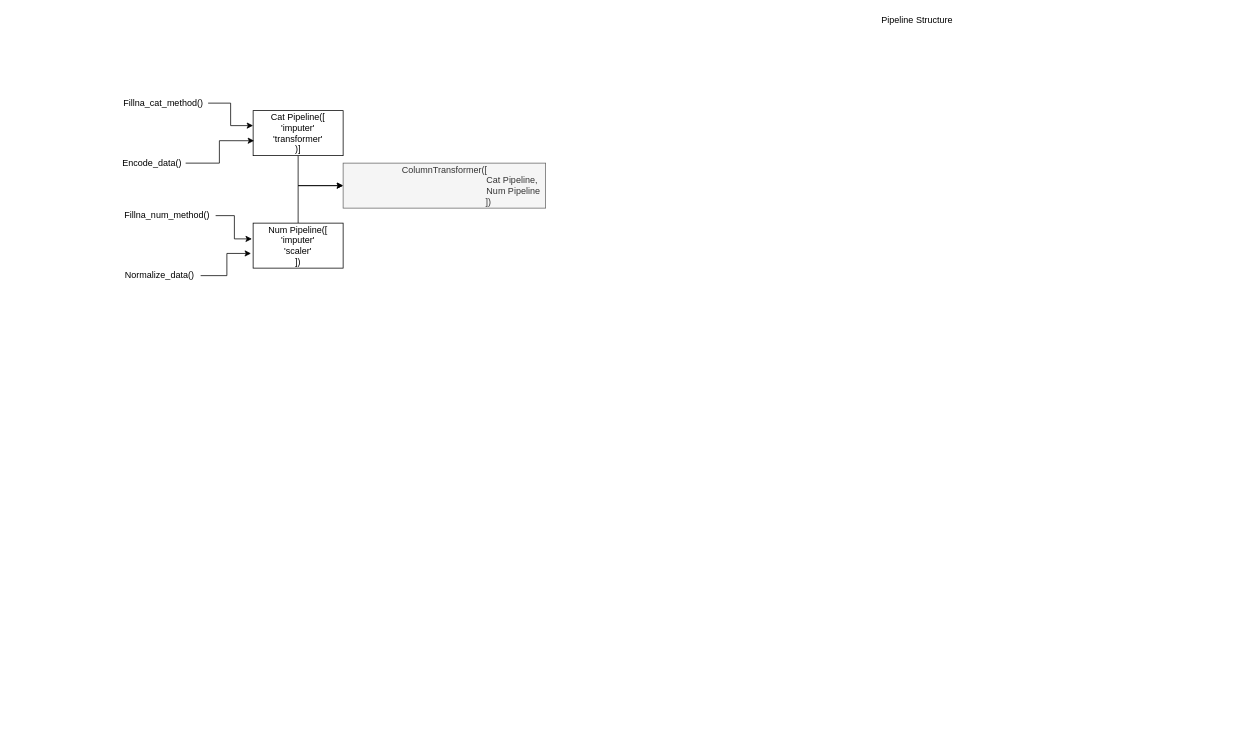
The draw.io diagram Untitled Diagram.drawio in Lisstrange/Mini-examples, before the edit. Source tidied: cells renumbered, new cells numbered last; positions are measured from the earlier drawing's top-left corner, leaving out a move shared by most shapes. Both pictures are drawn from the tidied source at 75%, with x=0, y=0 at pixel (118, 13).
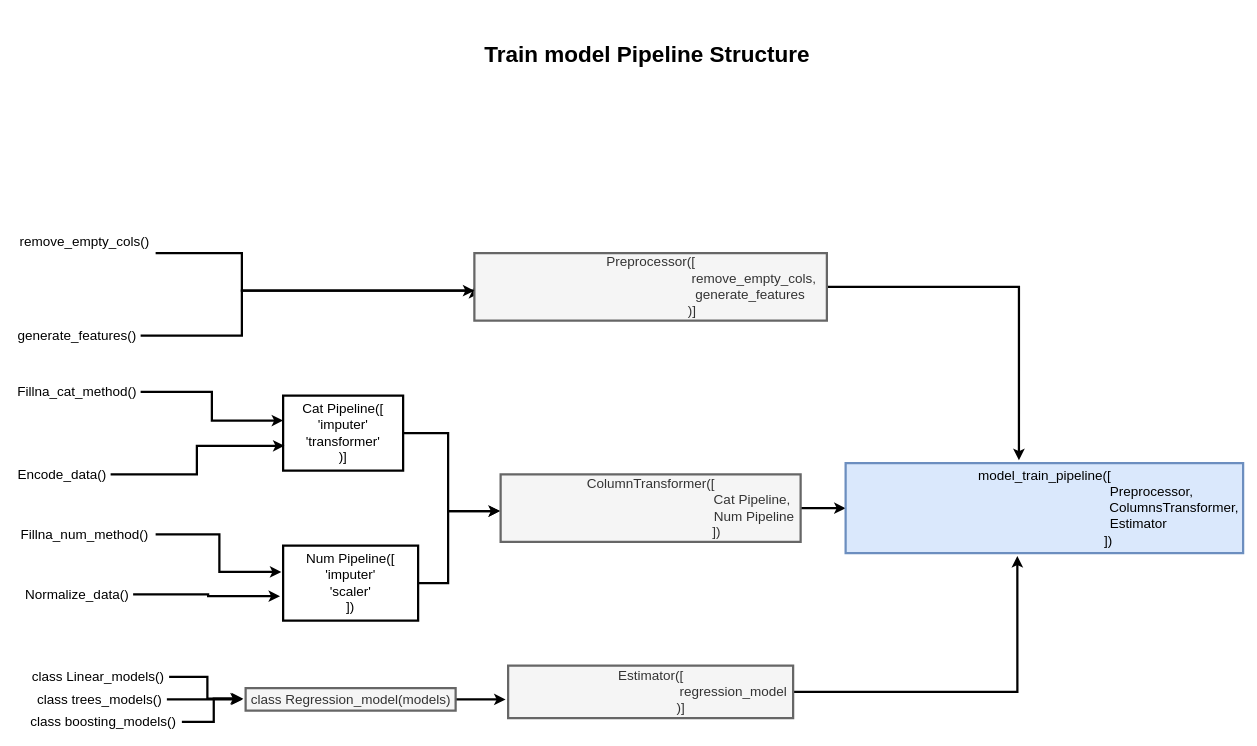
After the change.

Commit message:
Train Pipeline

Change to the diagram source:
```diff
@@
-    <mxCell id="2" value="Pipeline Structure&lt;br&gt;" style="text;html=1;align=center;verticalAlign=middle;strokeColor=none;" parent="1" vertex="1">
-      <mxGeometry x="1010" width="110" height="20" as="geometry" />
+    <mxCell id="2" value="&lt;font size=&quot;1&quot;&gt;&lt;b style=&quot;font-size: 30px&quot;&gt;Train model Pipeline Structure&lt;/b&gt;&lt;/font&gt;" style="text;html=1;align=center;verticalAlign=middle;strokeColor=none;" parent="1" vertex="1">
+      <mxGeometry x="480" y="40" width="450" height="30" as="geometry" />
     </mxCell>
-    <mxCell id="3" style="edgeStyle=orthogonalEdgeStyle;rounded=0;jettySize=auto;html=1;entryX=0;entryY=0.5;entryDx=0;entryDy=0;entryPerimeter=0;" parent="1" edge="1" source="4" target="15">
-      <mxGeometry relative="1" as="geometry" />
+    <mxCell id="3" style="edgeStyle=orthogonalEdgeStyle;rounded=0;jettySize=auto;html=1;entryX=-0.002;entryY=0.544;entryDx=0;entryDy=0;entryPerimeter=0;fontSize=18;strokeWidth=3;" parent="1" edge="1" source="4" target="15">
+      <mxGeometry relative="1" as="geometry">
+        <Array as="points">
+          <mxPoint x="440" y="560" />
+          <mxPoint x="440" y="664" />
+        </Array>
+      </mxGeometry>
     </mxCell>
-    <mxCell id="4" value="Cat Pipeline([&lt;br&gt;'imputer'&lt;br&gt;'transformer'&lt;br&gt;)]" style="whiteSpace=wrap;html=1;" parent="1" vertex="1">
-      <mxGeometry x="180" y="130" width="120" height="60" as="geometry" />
+    <mxCell id="4" value="Cat Pipeline([&lt;br style=&quot;font-size: 18px;&quot;&gt;'imputer'&lt;br style=&quot;font-size: 18px;&quot;&gt;'transformer'&lt;br style=&quot;font-size: 18px;&quot;&gt;)]" style="whiteSpace=wrap;html=1;fontSize=18;strokeWidth=3;" parent="1" vertex="1">
+      <mxGeometry x="220" y="510" width="160" height="100" as="geometry" />
     </mxCell>
-    <mxCell id="5" style="edgeStyle=orthogonalEdgeStyle;rounded=0;jettySize=auto;html=1;entryX=0;entryY=0.333;entryDx=0;entryDy=0;entryPerimeter=0;" parent="1" edge="1" source="6" target="4">
+    <mxCell id="5" style="edgeStyle=orthogonalEdgeStyle;rounded=0;jettySize=auto;html=1;entryX=0;entryY=0.333;entryDx=0;entryDy=0;entryPerimeter=0;fontSize=18;strokeWidth=3;" parent="1" edge="1" source="6" target="4">
       <mxGeometry relative="1" as="geometry" />
     </mxCell>
-    <mxCell id="6" value="Fillna_cat_method()" style="text;html=1;align=center;verticalAlign=middle;points=[];strokeColor=none;" parent="1" vertex="1">
-      <mxGeometry y="110" width="120" height="20" as="geometry" />
+    <mxCell id="6" value="Fillna_cat_method()" style="text;html=1;align=center;verticalAlign=middle;points=[];strokeColor=none;fontSize=18;strokeWidth=3;" parent="1" vertex="1">
+      <mxGeometry x="-140" y="490" width="170" height="30" as="geometry" />
     </mxCell>
-    <mxCell id="7" style="edgeStyle=orthogonalEdgeStyle;rounded=0;jettySize=auto;html=1;entryX=0.011;entryY=0.669;entryDx=0;entryDy=0;entryPerimeter=0;" parent="1" edge="1" source="8" target="4">
+    <mxCell id="7" style="edgeStyle=orthogonalEdgeStyle;rounded=0;jettySize=auto;html=1;entryX=0.011;entryY=0.669;entryDx=0;entryDy=0;entryPerimeter=0;fontSize=18;strokeWidth=3;" parent="1" edge="1" source="8" target="4">
       <mxGeometry relative="1" as="geometry" />
     </mxCell>
-    <mxCell id="8" value="Encode_data()&lt;br&gt;" style="text;html=1;align=center;verticalAlign=middle;points=[];strokeColor=none;" parent="1" vertex="1">
-      <mxGeometry y="190" width="90" height="20" as="geometry" />
+    <mxCell id="8" value="Encode_data()&lt;br style=&quot;font-size: 18px;&quot;&gt;" style="text;html=1;align=center;verticalAlign=middle;points=[];strokeColor=none;fontSize=18;strokeWidth=3;" parent="1" vertex="1">
+      <mxGeometry x="-140" y="600" width="130" height="30" as="geometry" />
     </mxCell>
-    <mxCell id="9" style="edgeStyle=orthogonalEdgeStyle;rounded=0;jettySize=auto;html=1;entryX=0;entryY=0.5;entryDx=0;entryDy=0;entryPerimeter=0;" parent="1" edge="1" source="10" target="15">
-      <mxGeometry relative="1" as="geometry" />
+    <mxCell id="9" style="edgeStyle=orthogonalEdgeStyle;rounded=0;jettySize=auto;html=1;entryX=-0.002;entryY=0.544;entryDx=0;entryDy=0;entryPerimeter=0;fontSize=18;strokeWidth=3;" parent="1" edge="1" source="10" target="15">
+      <mxGeometry relative="1" as="geometry">
+        <Array as="points">
+          <mxPoint x="440" y="760" />
+          <mxPoint x="440" y="664" />
+        </Array>
+      </mxGeometry>
     </mxCell>
-    <mxCell id="10" value="Num Pipeline([&lt;br&gt;'imputer'&lt;br&gt;'scaler'&lt;br&gt;])" style="rounded=0;whiteSpace=wrap;html=1;" parent="1" vertex="1">
-      <mxGeometry x="180" y="280" width="120" height="60" as="geometry" />
+    <mxCell id="10" value="Num Pipeline([&lt;br style=&quot;font-size: 18px;&quot;&gt;'imputer'&lt;br style=&quot;font-size: 18px;&quot;&gt;'scaler'&lt;br style=&quot;font-size: 18px;&quot;&gt;])" style="rounded=0;whiteSpace=wrap;html=1;fontSize=18;strokeWidth=3;" parent="1" vertex="1">
+      <mxGeometry x="220" y="710" width="180" height="100" as="geometry" />
     </mxCell>
-    <mxCell id="11" style="edgeStyle=orthogonalEdgeStyle;rounded=0;jettySize=auto;html=1;entryX=-0.013;entryY=0.35;entryDx=0;entryDy=0;entryPerimeter=0;" parent="1" edge="1" source="12" target="10">
+    <mxCell id="11" style="edgeStyle=orthogonalEdgeStyle;rounded=0;jettySize=auto;html=1;entryX=-0.013;entryY=0.35;entryDx=0;entryDy=0;entryPerimeter=0;fontSize=18;strokeWidth=3;" parent="1" edge="1" source="12" target="10">
       <mxGeometry relative="1" as="geometry" />
     </mxCell>
-    <mxCell id="12" value="Fillna_num_method()" style="text;html=1;align=center;verticalAlign=middle;points=[];strokeColor=none;" parent="1" vertex="1">
-      <mxGeometry y="260" width="130" height="20" as="geometry" />
+    <mxCell id="12" value="Fillna_num_method()" style="text;html=1;align=center;verticalAlign=middle;points=[];strokeColor=none;fontSize=18;strokeWidth=3;" parent="1" vertex="1">
+      <mxGeometry x="-140" y="680" width="190" height="30" as="geometry" />
     </mxCell>
-    <mxCell id="13" style="edgeStyle=orthogonalEdgeStyle;rounded=0;jettySize=auto;html=1;entryX=-0.023;entryY=0.674;entryDx=0;entryDy=0;entryPerimeter=0;" parent="1" edge="1" source="14" target="10">
+    <mxCell id="13" style="edgeStyle=orthogonalEdgeStyle;rounded=0;jettySize=auto;html=1;entryX=-0.023;entryY=0.674;entryDx=0;entryDy=0;entryPerimeter=0;fontSize=18;strokeWidth=3;" parent="1" edge="1" source="14" target="10">
       <mxGeometry relative="1" as="geometry" />
     </mxCell>
-    <mxCell id="14" value="Normalize_data()" style="text;html=1;align=center;verticalAlign=middle;points=[];strokeColor=none;" parent="1" vertex="1">
-      <mxGeometry y="340" width="110" height="20" as="geometry" />
+    <mxCell id="14" value="Normalize_data()" style="text;html=1;align=center;verticalAlign=middle;points=[];strokeColor=none;fontSize=18;strokeWidth=3;" parent="1" vertex="1">
+      <mxGeometry x="-130" y="760" width="150" height="30" as="geometry" />
     </mxCell>
+    <mxCell id="16" style="edgeStyle=orthogonalEdgeStyle;rounded=0;jettySize=auto;html=1;fontSize=18;strokeWidth=3;" parent="1" edge="1" source="15" target="33">
+      <mxGeometry relative="1" as="geometry" />
+    </mxCell>
-    <mxCell id="15" value="ColumnTransformer([&lt;br&gt;&amp;nbsp; &amp;nbsp; &amp;nbsp; &amp;nbsp; &amp;nbsp; &amp;nbsp; &amp;nbsp; &amp;nbsp; &amp;nbsp; &amp;nbsp; &amp;nbsp; &amp;nbsp; &amp;nbsp; &amp;nbsp; &amp;nbsp; &amp;nbsp; &amp;nbsp; &amp;nbsp; &amp;nbsp; &amp;nbsp; &amp;nbsp; &amp;nbsp; &amp;nbsp; &amp;nbsp; &amp;nbsp; &amp;nbsp; &amp;nbsp; Cat Pipeline, &lt;br&gt;&amp;nbsp; &amp;nbsp; &amp;nbsp; &amp;nbsp; &amp;nbsp; &amp;nbsp; &amp;nbsp; &amp;nbsp; &amp;nbsp; &amp;nbsp; &amp;nbsp; &amp;nbsp; &amp;nbsp; &amp;nbsp; &amp;nbsp; &amp;nbsp; &amp;nbsp; &amp;nbsp; &amp;nbsp; &amp;nbsp; &amp;nbsp; &amp;nbsp; &amp;nbsp; &amp;nbsp; &amp;nbsp; &amp;nbsp; &amp;nbsp; &amp;nbsp;Num Pipeline&lt;br&gt;&amp;nbsp; &amp;nbsp; &amp;nbsp; &amp;nbsp; &amp;nbsp; &amp;nbsp; &amp;nbsp; &amp;nbsp; &amp;nbsp; &amp;nbsp; &amp;nbsp; &amp;nbsp; &amp;nbsp; &amp;nbsp; &amp;nbsp; &amp;nbsp; &amp;nbsp; &amp;nbsp;])" style="text;html=1;align=center;verticalAlign=middle;points=[];fillColor=#f5f5f5;strokeColor=#666666;fontColor=#333333;" parent="1" vertex="1">
-      <mxGeometry x="300" y="200" width="270" height="60" as="geometry" />
+    <mxCell id="15" value="ColumnTransformer([&lt;br style=&quot;font-size: 18px;&quot;&gt;&amp;nbsp; &amp;nbsp; &amp;nbsp; &amp;nbsp; &amp;nbsp; &amp;nbsp; &amp;nbsp; &amp;nbsp; &amp;nbsp; &amp;nbsp; &amp;nbsp; &amp;nbsp; &amp;nbsp; &amp;nbsp; &amp;nbsp; &amp;nbsp; &amp;nbsp; &amp;nbsp; &amp;nbsp; &amp;nbsp; &amp;nbsp; &amp;nbsp; &amp;nbsp; &amp;nbsp; &amp;nbsp; &amp;nbsp; &amp;nbsp; Cat Pipeline, &lt;br style=&quot;font-size: 18px;&quot;&gt;&amp;nbsp; &amp;nbsp; &amp;nbsp; &amp;nbsp; &amp;nbsp; &amp;nbsp; &amp;nbsp; &amp;nbsp; &amp;nbsp; &amp;nbsp; &amp;nbsp; &amp;nbsp; &amp;nbsp; &amp;nbsp; &amp;nbsp; &amp;nbsp; &amp;nbsp; &amp;nbsp; &amp;nbsp; &amp;nbsp; &amp;nbsp; &amp;nbsp; &amp;nbsp; &amp;nbsp; &amp;nbsp; &amp;nbsp; &amp;nbsp; &amp;nbsp;Num Pipeline&lt;br style=&quot;font-size: 18px;&quot;&gt;&amp;nbsp; &amp;nbsp; &amp;nbsp; &amp;nbsp; &amp;nbsp; &amp;nbsp; &amp;nbsp; &amp;nbsp; &amp;nbsp; &amp;nbsp; &amp;nbsp; &amp;nbsp; &amp;nbsp; &amp;nbsp; &amp;nbsp; &amp;nbsp; &amp;nbsp; &amp;nbsp;])" style="text;html=1;align=center;verticalAlign=middle;points=[];fillColor=#f5f5f5;strokeColor=#666666;fontColor=#333333;fontSize=18;strokeWidth=3;" parent="1" vertex="1">
+      <mxGeometry x="510" y="615" width="400" height="90" as="geometry" />
     </mxCell>
+    <mxCell id="17" style="edgeStyle=orthogonalEdgeStyle;rounded=0;jettySize=auto;html=1;entryX=0;entryY=0.5;entryDx=0;entryDy=0;entryPerimeter=0;fontSize=18;strokeWidth=3;" parent="1" edge="1" source="18" target="20">
+      <mxGeometry relative="1" as="geometry">
+        <Array as="points">
+          <mxPoint x="165" y="320" />
+          <mxPoint x="165" y="370" />
+        </Array>
+      </mxGeometry>
+    </mxCell>
+    <mxCell id="18" value="remove_empty_cols()" style="text;html=1;align=center;verticalAlign=middle;points=[];strokeColor=none;fontSize=18;strokeWidth=3;" parent="1" vertex="1">
+      <mxGeometry x="-140" y="290" width="190" height="30" as="geometry" />
+    </mxCell>
+    <mxCell id="19" style="edgeStyle=orthogonalEdgeStyle;rounded=0;jettySize=auto;html=1;entryX=0.436;entryY=-0.033;entryDx=0;entryDy=0;entryPerimeter=0;fontSize=18;strokeWidth=3;" parent="1" edge="1" source="20" target="33">
+      <mxGeometry relative="1" as="geometry" />
+    </mxCell>
+    <mxCell id="20" value="Preprocessor([&lt;br style=&quot;font-size: 18px;&quot;&gt;&amp;nbsp; &amp;nbsp; &amp;nbsp; &amp;nbsp; &amp;nbsp; &amp;nbsp; &amp;nbsp; &amp;nbsp; &amp;nbsp; &amp;nbsp; &amp;nbsp; &amp;nbsp; &amp;nbsp; &amp;nbsp; &amp;nbsp; &amp;nbsp; &amp;nbsp; &amp;nbsp; &amp;nbsp; &amp;nbsp; &amp;nbsp; &amp;nbsp; &amp;nbsp; &amp;nbsp; &amp;nbsp; &amp;nbsp; &amp;nbsp; &amp;nbsp; remove_empty_cols,&amp;nbsp;&lt;br style=&quot;font-size: 18px;&quot;&gt;&amp;nbsp; &amp;nbsp; &amp;nbsp; &amp;nbsp; &amp;nbsp; &amp;nbsp; &amp;nbsp; &amp;nbsp; &amp;nbsp; &amp;nbsp; &amp;nbsp; &amp;nbsp; &amp;nbsp; &amp;nbsp; &amp;nbsp; &amp;nbsp; &amp;nbsp; &amp;nbsp; &amp;nbsp; &amp;nbsp; &amp;nbsp; &amp;nbsp; &amp;nbsp; &amp;nbsp; &amp;nbsp; &amp;nbsp; &amp;nbsp;generate_features&lt;br style=&quot;font-size: 18px;&quot;&gt;&amp;nbsp; &amp;nbsp; &amp;nbsp; &amp;nbsp; &amp;nbsp; &amp;nbsp; &amp;nbsp; &amp;nbsp; &amp;nbsp; &amp;nbsp; &amp;nbsp; )]" style="text;html=1;align=center;verticalAlign=middle;points=[];strokeColor=#666666;fillColor=#f5f5f5;fontColor=#333333;fontSize=18;strokeWidth=3;" parent="1" vertex="1">
+      <mxGeometry x="475" y="320" width="470" height="90" as="geometry" />
+    </mxCell>
+    <mxCell id="21" style="edgeStyle=orthogonalEdgeStyle;rounded=0;jettySize=auto;html=1;fontSize=18;strokeWidth=3;" parent="1" edge="1" source="22" target="20">
+      <mxGeometry relative="1" as="geometry">
+        <Array as="points">
+          <mxPoint x="165" y="430" />
+          <mxPoint x="165" y="370" />
+        </Array>
+      </mxGeometry>
+    </mxCell>
+    <mxCell id="22" value="generate_features()" style="text;html=1;align=center;verticalAlign=middle;points=[];strokeColor=none;fontSize=18;strokeWidth=3;" parent="1" vertex="1">
+      <mxGeometry x="-140" y="415" width="170" height="30" as="geometry" />
+    </mxCell>
+    <mxCell id="23" style="edgeStyle=orthogonalEdgeStyle;rounded=0;jettySize=auto;html=1;entryX=-0.009;entryY=0.643;entryDx=0;entryDy=0;entryPerimeter=0;fontSize=18;strokeWidth=3;" parent="1" edge="1" source="24" target="32">
+      <mxGeometry relative="1" as="geometry" />
+    </mxCell>
+    <mxCell id="24" value="class Regression_model(models)" style="text;html=1;align=center;verticalAlign=middle;points=[];strokeColor=#666666;fillColor=#f5f5f5;fontColor=#333333;fontSize=18;strokeWidth=3;" parent="1" vertex="1">
+      <mxGeometry x="170" y="900" width="280" height="30" as="geometry" />
+    </mxCell>
+    <mxCell id="25" style="edgeStyle=orthogonalEdgeStyle;rounded=0;jettySize=auto;html=1;entryX=-0.011;entryY=0.467;entryDx=0;entryDy=0;entryPerimeter=0;fontSize=18;strokeWidth=3;" parent="1" edge="1" source="26" target="24">
+      <mxGeometry relative="1" as="geometry" />
+    </mxCell>
+    <mxCell id="26" value="class Linear_models()" style="text;html=1;align=center;verticalAlign=middle;points=[];strokeColor=none;fontSize=18;strokeWidth=3;" parent="1" vertex="1">
+      <mxGeometry x="-122" y="870" width="190" height="30" as="geometry" />
+    </mxCell>
+    <mxCell id="27" style="edgeStyle=orthogonalEdgeStyle;rounded=0;jettySize=auto;html=1;entryX=-0.014;entryY=0.5;entryDx=0;entryDy=0;entryPerimeter=0;fontSize=18;strokeWidth=3;" parent="1" edge="1" source="28" target="24">
+      <mxGeometry relative="1" as="geometry" />
+    </mxCell>
+    <mxCell id="28" value="class trees_models()" style="text;html=1;align=center;verticalAlign=middle;points=[];strokeColor=none;fontSize=18;strokeWidth=3;" parent="1" vertex="1">
+      <mxGeometry x="-115" y="900" width="180" height="30" as="geometry" />
+    </mxCell>
+    <mxCell id="29" style="edgeStyle=orthogonalEdgeStyle;rounded=0;jettySize=auto;html=1;entryX=-0.018;entryY=0.467;entryDx=0;entryDy=0;entryPerimeter=0;fontSize=18;strokeWidth=3;" parent="1" edge="1" source="30" target="24">
+      <mxGeometry relative="1" as="geometry" />
+    </mxCell>
+    <mxCell id="30" value="class boosting_models()" style="text;html=1;align=center;verticalAlign=middle;points=[];strokeColor=none;fontSize=18;strokeWidth=3;" parent="1" vertex="1">
+      <mxGeometry x="-125" y="930" width="210" height="30" as="geometry" />
+    </mxCell>
+    <mxCell id="31" style="edgeStyle=orthogonalEdgeStyle;rounded=0;jettySize=auto;html=1;entryX=0.432;entryY=1.033;entryDx=0;entryDy=0;entryPerimeter=0;fontSize=18;strokeWidth=3;" parent="1" edge="1" source="32" target="33">
+      <mxGeometry relative="1" as="geometry" />
+    </mxCell>
+    <mxCell id="32" value="Estimator([&lt;br style=&quot;font-size: 18px;&quot;&gt;&amp;nbsp; &amp;nbsp; &amp;nbsp; &amp;nbsp; &amp;nbsp; &amp;nbsp; &amp;nbsp; &amp;nbsp; &amp;nbsp; &amp;nbsp; &amp;nbsp; &amp;nbsp; &amp;nbsp; &amp;nbsp; &amp;nbsp; &amp;nbsp; &amp;nbsp; &amp;nbsp; &amp;nbsp; &amp;nbsp; &amp;nbsp; &amp;nbsp; regression_model&lt;br style=&quot;font-size: 18px;&quot;&gt;&amp;nbsp; &amp;nbsp; &amp;nbsp; &amp;nbsp; &amp;nbsp; &amp;nbsp; &amp;nbsp; &amp;nbsp; )]" style="text;html=1;align=center;verticalAlign=middle;points=[];strokeColor=#666666;fillColor=#f5f5f5;fontColor=#333333;fontSize=18;strokeWidth=3;" parent="1" vertex="1">
+      <mxGeometry x="520" y="870" width="380" height="70" as="geometry" />
+    </mxCell>
+    <mxCell id="33" value="model_train_pipeline([&lt;br style=&quot;font-size: 18px;&quot;&gt;&amp;nbsp; &amp;nbsp; &amp;nbsp; &amp;nbsp; &amp;nbsp; &amp;nbsp; &amp;nbsp; &amp;nbsp; &amp;nbsp; &amp;nbsp; &amp;nbsp; &amp;nbsp; &amp;nbsp; &amp;nbsp; &amp;nbsp; &amp;nbsp; &amp;nbsp; &amp;nbsp; &amp;nbsp; &amp;nbsp; &amp;nbsp; &amp;nbsp; &amp;nbsp; &amp;nbsp; &amp;nbsp; &amp;nbsp; &amp;nbsp; &amp;nbsp; &amp;nbsp;Preprocessor,&lt;br style=&quot;font-size: 18px;&quot;&gt;&amp;nbsp; &amp;nbsp; &amp;nbsp; &amp;nbsp; &amp;nbsp; &amp;nbsp; &amp;nbsp; &amp;nbsp; &amp;nbsp; &amp;nbsp; &amp;nbsp; &amp;nbsp; &amp;nbsp; &amp;nbsp; &amp;nbsp; &amp;nbsp; &amp;nbsp; &amp;nbsp; &amp;nbsp; &amp;nbsp; &amp;nbsp; &amp;nbsp; &amp;nbsp; &amp;nbsp; &amp;nbsp; &amp;nbsp; &amp;nbsp; &amp;nbsp; &amp;nbsp; &amp;nbsp; &amp;nbsp; &amp;nbsp; &amp;nbsp; &amp;nbsp; &amp;nbsp;ColumnsTransformer,&lt;br style=&quot;font-size: 18px;&quot;&gt;&amp;nbsp; &amp;nbsp; &amp;nbsp; &amp;nbsp; &amp;nbsp; &amp;nbsp; &amp;nbsp; &amp;nbsp; &amp;nbsp; &amp;nbsp; &amp;nbsp; &amp;nbsp; &amp;nbsp; &amp;nbsp; &amp;nbsp; &amp;nbsp; &amp;nbsp; &amp;nbsp; &amp;nbsp; &amp;nbsp; &amp;nbsp; &amp;nbsp; &amp;nbsp; &amp;nbsp; &amp;nbsp; Estimator&lt;br style=&quot;font-size: 18px;&quot;&gt;&amp;nbsp; &amp;nbsp; &amp;nbsp; &amp;nbsp; &amp;nbsp; &amp;nbsp; &amp;nbsp; &amp;nbsp; &amp;nbsp; &amp;nbsp; &amp;nbsp; &amp;nbsp; &amp;nbsp; &amp;nbsp; &amp;nbsp; &amp;nbsp; &amp;nbsp; ])" style="text;html=1;align=center;verticalAlign=middle;points=[];strokeColor=#6c8ebf;fillColor=#dae8fc;fontSize=18;strokeWidth=3;" parent="1" vertex="1">
+      <mxGeometry x="970" y="600" width="530" height="120" as="geometry" />
+    </mxCell>
```
